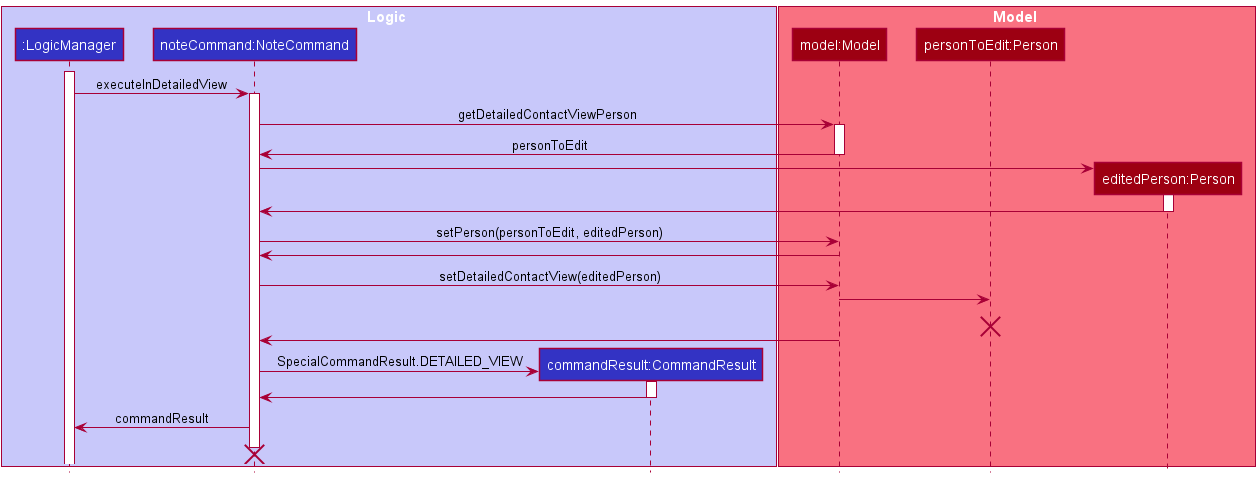
weijuey/tp keeps this PlantUML diagram as docs/images/detailedview/DetailedViewExecutionState3.png. Above is the earlier version.
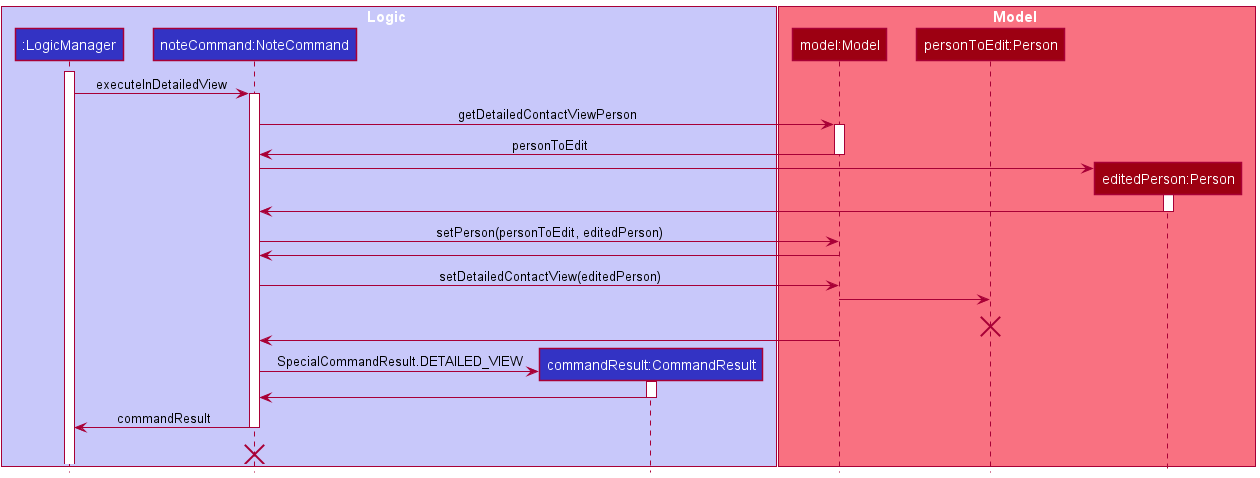
The same file after the commit.

Commit message:
Correct inaccuracies in sequence diagrams

What changed in the source:
```diff
@@ -45,6 +45,7 @@
 deactivate CommandResult
 
 NoteCommand -> LogicManager : commandResult
+deactivate NoteCommand
 
 NoteCommand -[hidden]-> NoteCommand
 destroy NoteCommand
```
